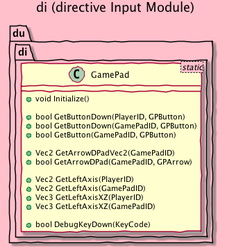
Before: memorundam/structure/uml-di.png, a diagram exported from PlantUML (direct1889/dUtility). Its diagram source:
```plantuml
@startuml uml-di.png

skinparam backgroundColor pink
skinparam handwritten true

title <size:18> di (directive Input Module) </size>

package du {
	package di {
		class GamePad <static> {
			+void Initialize()

			+bool GetButtonDown(PlayerID, GPButton)
			+bool GetButtonDown(GamePadID, GPButton)
			+bool GetButton(GamePadID, GPButton)

			+Vec2 GetArrowDPadVec2(GamePadID)
			+bool GetArrowDPad(GamePadID, GPArrow)

			+Vec2 GetLeftAxis(PlayerID)
			+Vec2 GetLeftAxis(GamePadID)
			+Vec3 GetLeftAxisXZ(PlayerID)
			+Vec3 GetLeftAxisXZ(GamePadID)

			+bool DebugKeyDown(KeyCode)
		}
	}
}


@enduml
```
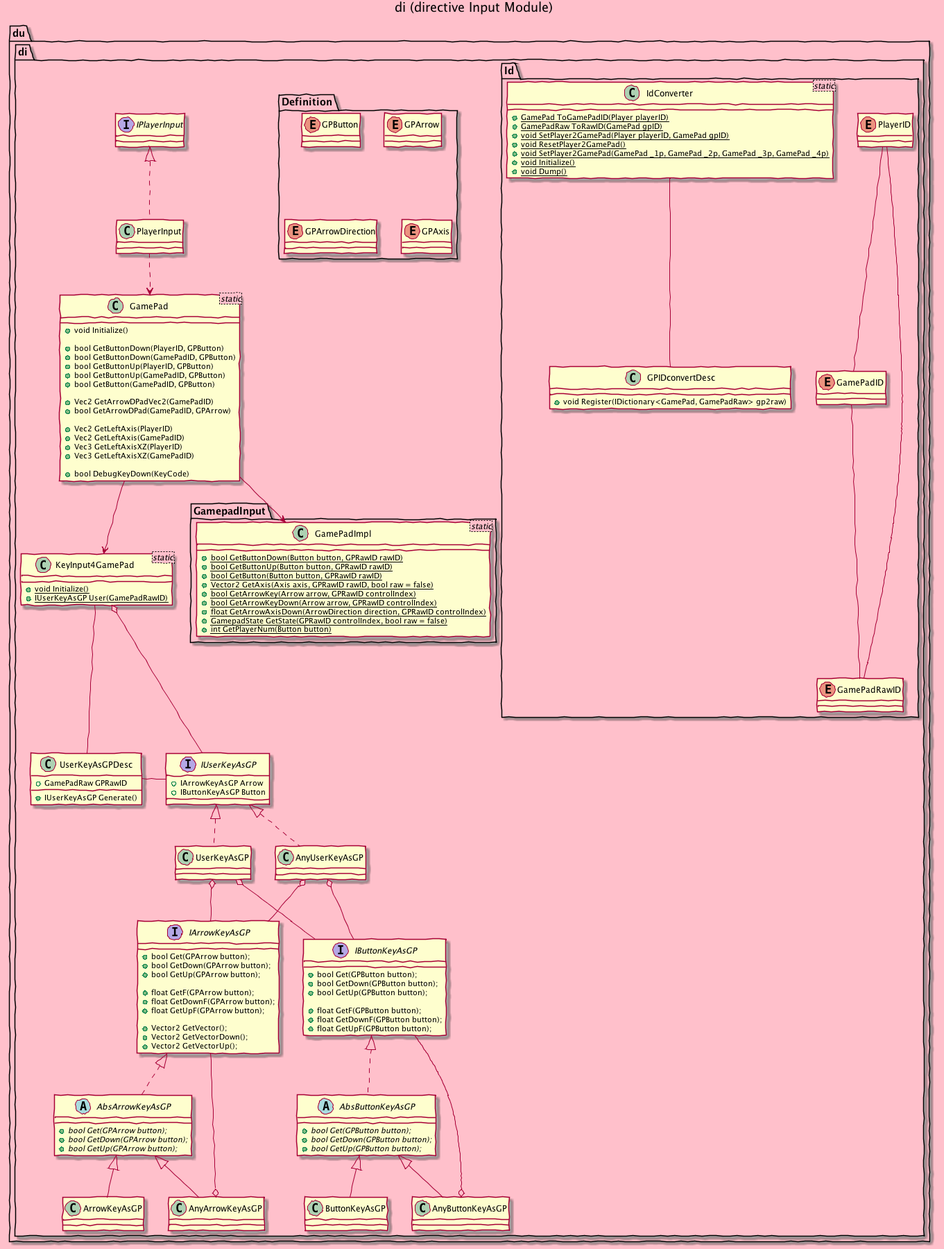
The same diagram one commit later.

Commit message:
PlayerInput、UML

The edit, as a diff of the source:
```diff
@@ -7,11 +7,123 @@
 
 package du {
 	package di {
+
+		package Id {
+			enum PlayerID
+			enum GamePadID
+			enum GamePadRawID
+			PlayerID --- GamePadID
+			GamePadID --- GamePadRawID
+			GamePadRawID --- PlayerID
+
+			class IdConverter <static> {
+				+{static} GamePad ToGamePadID(Player playerID)
+				+{static} GamePadRaw ToRawID(GamePad gpID)
+				+{static} void SetPlayer2GamePad(Player playerID, GamePad gpID)
+				+{static} void ResetPlayer2GamePad()
+				+{static} void SetPlayer2GamePad(GamePad _1p, GamePad _2p, GamePad _3p, GamePad _4p)
+				+{static} void Initialize()
+				+{static} void Dump()
+			}
+			class GPIDconvertDesc {
+				+void Register(IDictionary<GamePad, GamePadRaw> gp2raw)
+			}
+			IdConverter --- GPIDconvertDesc
+		}
+
+		package Definition {
+			enum GPButton
+			enum GPArrow
+			enum GPArrowDirection
+			enum GPAxis
+		}
+
+		interface IUserKeyAsGP {
+			+IArrowKeyAsGP Arrow
+			+IButtonKeyAsGP Button
+		}
+		IUserKeyAsGP <|.. UserKeyAsGP
+		IUserKeyAsGP <|.. AnyUserKeyAsGP
+		UserKeyAsGP o-down- IArrowKeyAsGP
+		UserKeyAsGP o-down- IButtonKeyAsGP
+		AnyUserKeyAsGP o-down- IArrowKeyAsGP
+		AnyUserKeyAsGP o-down- IButtonKeyAsGP
+
+		interface IButtonKeyAsGP {
+			+bool Get(GPButton button);
+			+bool GetDown(GPButton button);
+			+bool GetUp(GPButton button);
+
+			+float GetF(GPButton button);
+			+float GetDownF(GPButton button);
+			+float GetUpF(GPButton button);
+		}
+		abstract AbsButtonKeyAsGP {
+			{abstract}+bool Get(GPButton button);
+			{abstract}+bool GetDown(GPButton button);
+			{abstract}+bool GetUp(GPButton button);
+		}
+		IButtonKeyAsGP <|.. AbsButtonKeyAsGP
+		AbsButtonKeyAsGP <|-- ButtonKeyAsGP
+		AbsButtonKeyAsGP <|-- AnyButtonKeyAsGP
+		IButtonKeyAsGP --o AnyButtonKeyAsGP
+
+		interface IArrowKeyAsGP {
+			+bool Get(GPArrow button);
+			+bool GetDown(GPArrow button);
+			+bool GetUp(GPArrow button);
+
+			+float GetF(GPArrow button);
+			+float GetDownF(GPArrow button);
+			+float GetUpF(GPArrow button);
+
+			+Vector2 GetVector();
+			+Vector2 GetVectorDown();
+			+Vector2 GetVectorUp();
+		}
+		abstract AbsArrowKeyAsGP {
+			{abstract}+bool Get(GPArrow button);
+			{abstract}+bool GetDown(GPArrow button);
+			{abstract}+bool GetUp(GPArrow button);
+		}
+		IArrowKeyAsGP <|.. AbsArrowKeyAsGP
+		AbsArrowKeyAsGP <|-- ArrowKeyAsGP
+		AbsArrowKeyAsGP <|-- AnyArrowKeyAsGP
+		IArrowKeyAsGP --o AnyArrowKeyAsGP
+
+		package GamepadInput {
+			class GamePadImpl <static> {
+				+{static} bool GetButtonDown(Button button, GPRawID rawID)
+				+{static} bool GetButtonUp(Button button, GPRawID rawID)
+				+{static} bool GetButton(Button button, GPRawID rawID)
+				+{static} Vector2 GetAxis(Axis axis, GPRawID rawID, bool raw = false)
+				+{static} bool GetArrowKey(Arrow arrow, GPRawID controlIndex)
+				+{static} bool GetArrowKeyDown(Arrow arrow, GPRawID controlIndex)
+				+{static} float GetArrowAxisDown(ArrowDirection direction, GPRawID controlIndex)
+				+{static} GamepadState GetState(GPRawID controlIndex, bool raw = false)
+				+{static} int GetPlayerNum(Button button)
+			}
+		}
+
+		class KeyInput4GamePad <static> {
+			+{static} void Initialize()
+			+{static} IUserKeyAsGP User(GamePadRawID)
+		}
+		class UserKeyAsGPDesc {
+			+GamePadRaw GPRawID
+			+IUserKeyAsGP Generate()
+		}
+		KeyInput4GamePad --down- UserKeyAsGPDesc
+		KeyInput4GamePad o-down- IUserKeyAsGP
+		UserKeyAsGPDesc --right- IUserKeyAsGP
+
 		class GamePad <static> {
 			+void Initialize()
 
 			+bool GetButtonDown(PlayerID, GPButton)
 			+bool GetButtonDown(GamePadID, GPButton)
+			+bool GetButtonUp(PlayerID, GPButton)
+			+bool GetButtonUp(GamePadID, GPButton)
 			+bool GetButton(GamePadID, GPButton)
 
 			+Vec2 GetArrowDPadVec2(GamePadID)
@@ -24,6 +136,12 @@
 
 			+bool DebugKeyDown(KeyCode)
 		}
+		GamePad --> GamePadImpl
+		GamePad --> KeyInput4GamePad
+
+		interface IPlayerInput
+		IPlayerInput <|.. PlayerInput
+		PlayerInput ..> GamePad
 	}
 }
 
```
